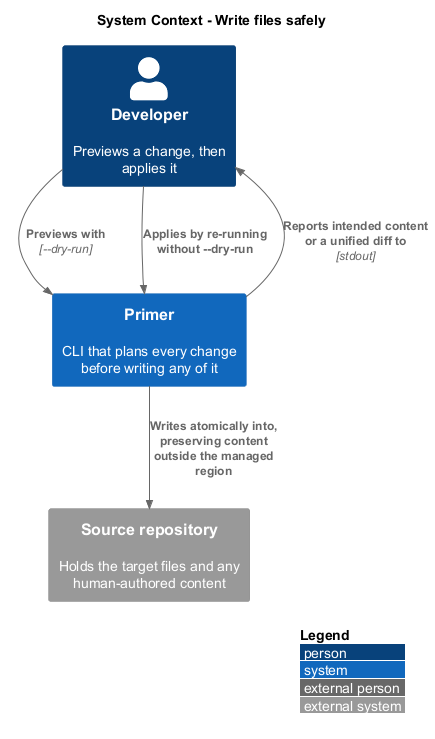
Before: docs/detailed-designs/agent-file-generation/write-files-safely/diagrams/c4-context.png, a diagram exported from PlantUML (QuinntyneBrown/primer). Source of this version:
```plantuml
@startuml
!include <C4/C4_Context>
LAYOUT_WITH_LEGEND()
title System Context - Write files safely

Person(dev, "Developer", "Previews a change, then applies it")
System(primer, "Primer", "CLI that plans every change before writing any of it")
System_Ext(repo, "Source repository", "Holds the target files and any human-authored content")

Rel(dev, primer, "Previews with", "--dry-run")
Rel(primer, dev, "Reports intended content or a unified diff to", "stdout")
Rel(dev, primer, "Applies by re-running without --dry-run")
Rel(primer, repo, "Writes atomically into, preserving content outside the managed region")
@enduml
```
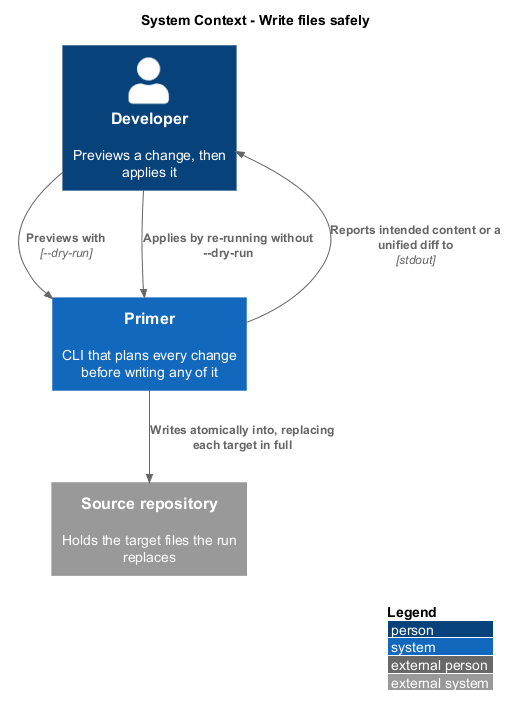
After the commit.

Diff of the diagram source:
```diff
@@ -5,10 +5,10 @@
 
 Person(dev, "Developer", "Previews a change, then applies it")
 System(primer, "Primer", "CLI that plans every change before writing any of it")
-System_Ext(repo, "Source repository", "Holds the target files and any human-authored content")
+System_Ext(repo, "Source repository", "Holds the target files the run replaces")
 
 Rel(dev, primer, "Previews with", "--dry-run")
 Rel(primer, dev, "Reports intended content or a unified diff to", "stdout")
 Rel(dev, primer, "Applies by re-running without --dry-run")
-Rel(primer, repo, "Writes atomically into, preserving content outside the managed region")
+Rel(primer, repo, "Writes atomically into, replacing each target in full")
 @enduml
```
